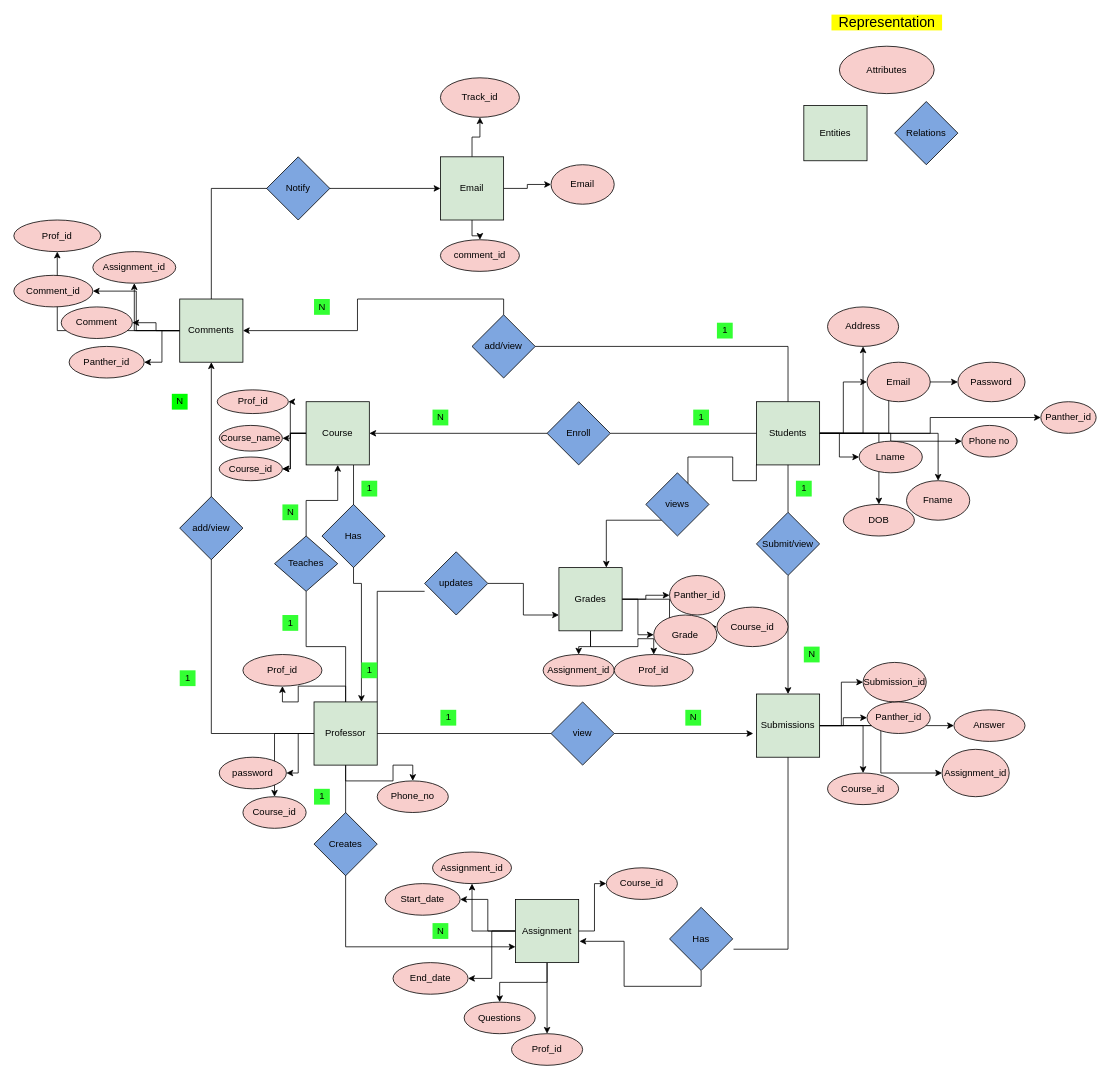
Nimma-shravan-kumar-reddy/Database-Management keeps this draw.io diagram as Conceptual Diagram.drawio. Above is the earlier version. Source tidied: cells renumbered, new cells numbered last; positions are measured from the earlier drawing's top-left corner, leaving out a move shared by most shapes. Both pictures are drawn from the tidied source at 79%, with x=0, y=0 at pixel (13, 14).
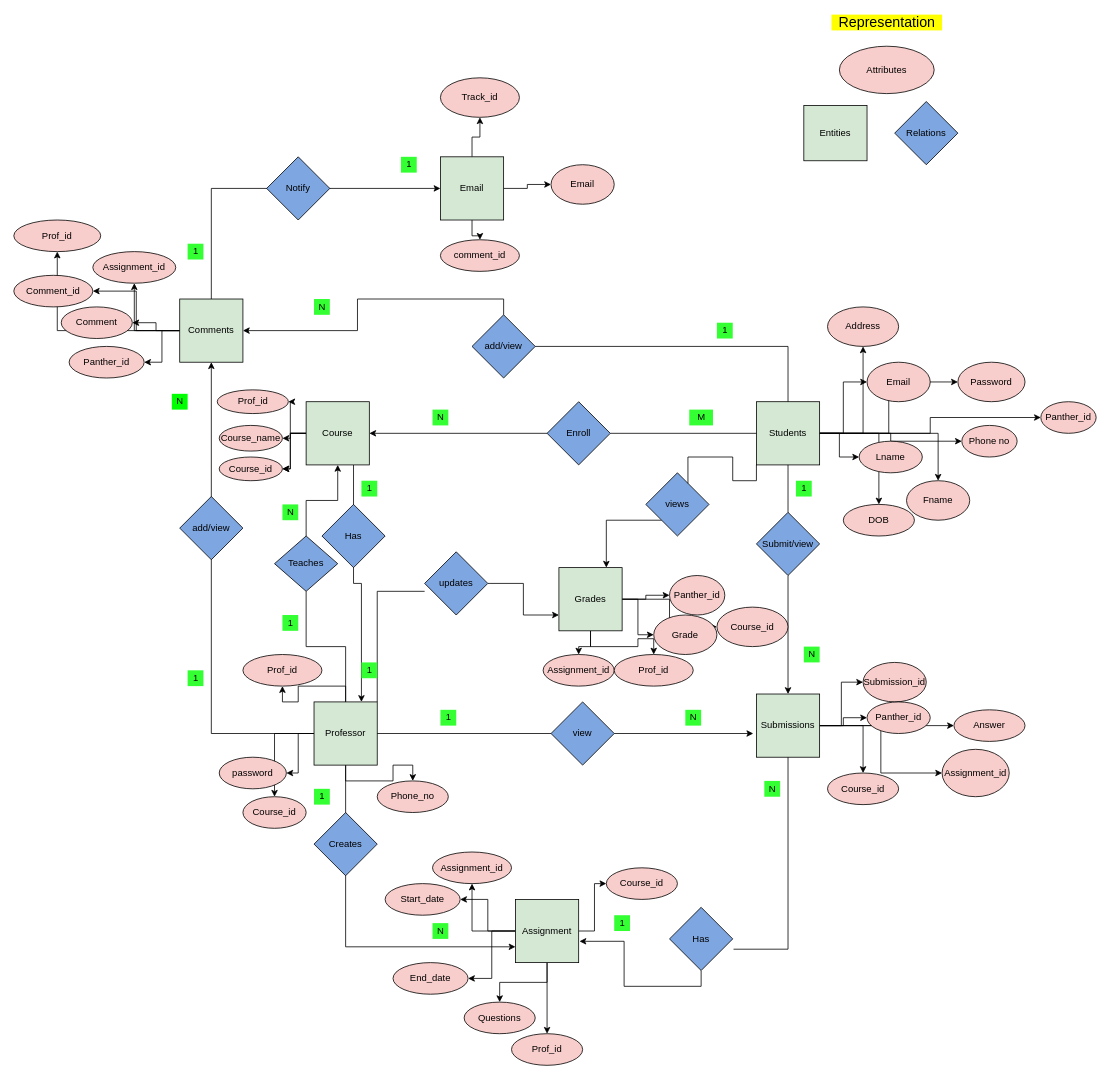
The same page after the edit.

Diff of the diagram source:
```diff
@@
     <mxCell id="115" value="1" style="text;html=1;align=center;verticalAlign=middle;strokeColor=none;fillColor=#33FF33;" parent="1" vertex="1">
-      <mxGeometry x="210" y="830" width="20" height="20" as="geometry" />
+      <mxGeometry x="220" y="830" width="20" height="20" as="geometry" />
     </mxCell>
@@
-    <mxCell id="118" value="1" style="text;html=1;align=center;verticalAlign=middle;strokeColor=none;fillColor=#33FF33;" parent="1" vertex="1">
-      <mxGeometry x="860" y="500" width="20" height="20" as="geometry" />
+    <mxCell id="118" value="M" style="text;html=1;align=center;verticalAlign=middle;strokeColor=none;fillColor=#33FF33;" parent="1" vertex="1">
+      <mxGeometry x="855" y="500" width="30" height="20" as="geometry" />
     </mxCell>
@@
+    <mxCell id="141" value="1" style="text;html=1;align=center;verticalAlign=middle;strokeColor=none;fillColor=#33FF33;" parent="1" vertex="1">
+      <mxGeometry x="220" y="290" width="20" height="20" as="geometry" />
+    </mxCell>
+    <mxCell id="142" value="1" style="text;html=1;align=center;verticalAlign=middle;strokeColor=none;fillColor=#33FF33;" parent="1" vertex="1">
+      <mxGeometry x="490" y="180" width="20" height="20" as="geometry" />
+    </mxCell>
+    <mxCell id="143" value="N" style="text;html=1;align=center;verticalAlign=middle;strokeColor=none;fillColor=#33FF33;" parent="1" vertex="1">
+      <mxGeometry x="950" y="970" width="20" height="20" as="geometry" />
+    </mxCell>
+    <mxCell id="144" value="1" style="text;html=1;align=center;verticalAlign=middle;strokeColor=none;fillColor=#33FF33;" parent="1" vertex="1">
+      <mxGeometry x="760" y="1140" width="20" height="20" as="geometry" />
+    </mxCell>
```
